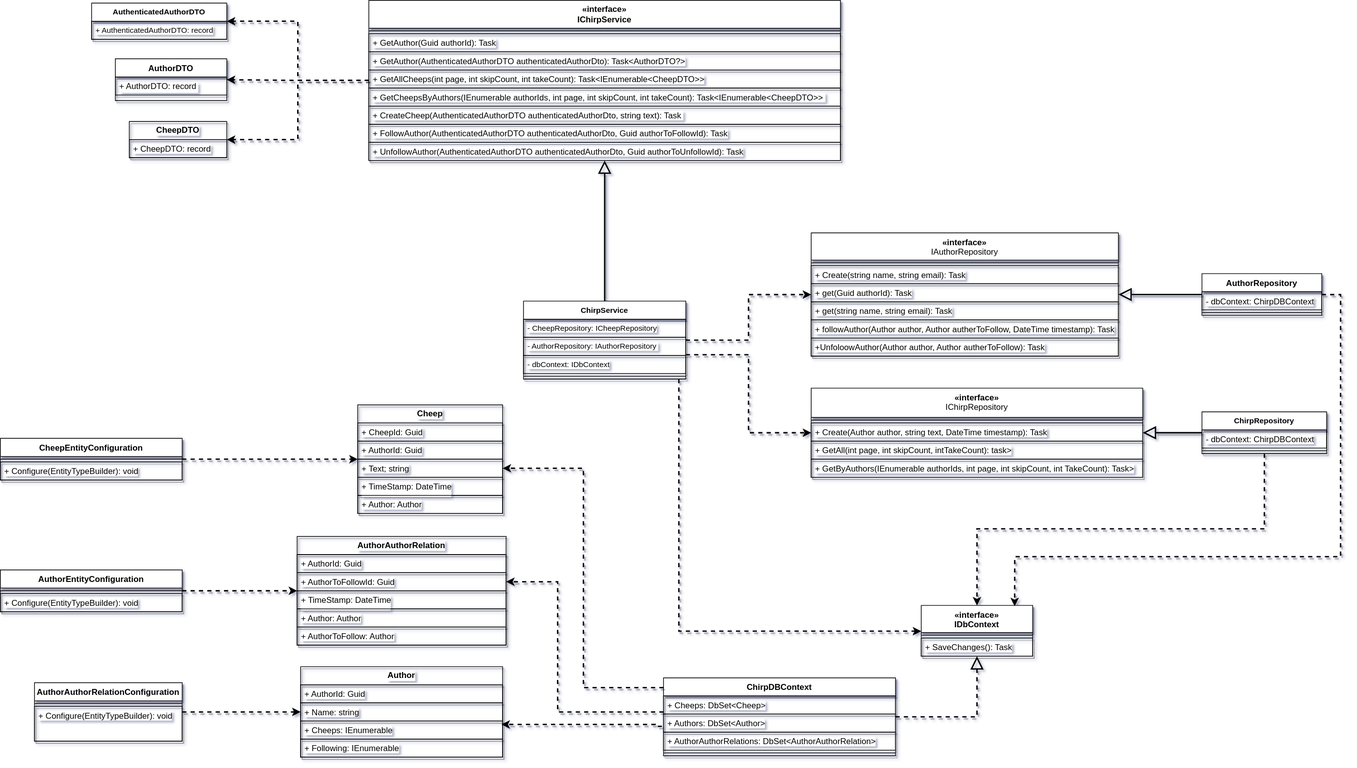
The draw.io diagram docs/Diagrams/DomainModel.drawio.svg in ITU-BDSA23-GROUP22/Chirp, before a commit. Source tidied: cells renumbered, new cells last; positions are measured from the earlier drawing's top-left corner, leaving out a move shared by most shapes.
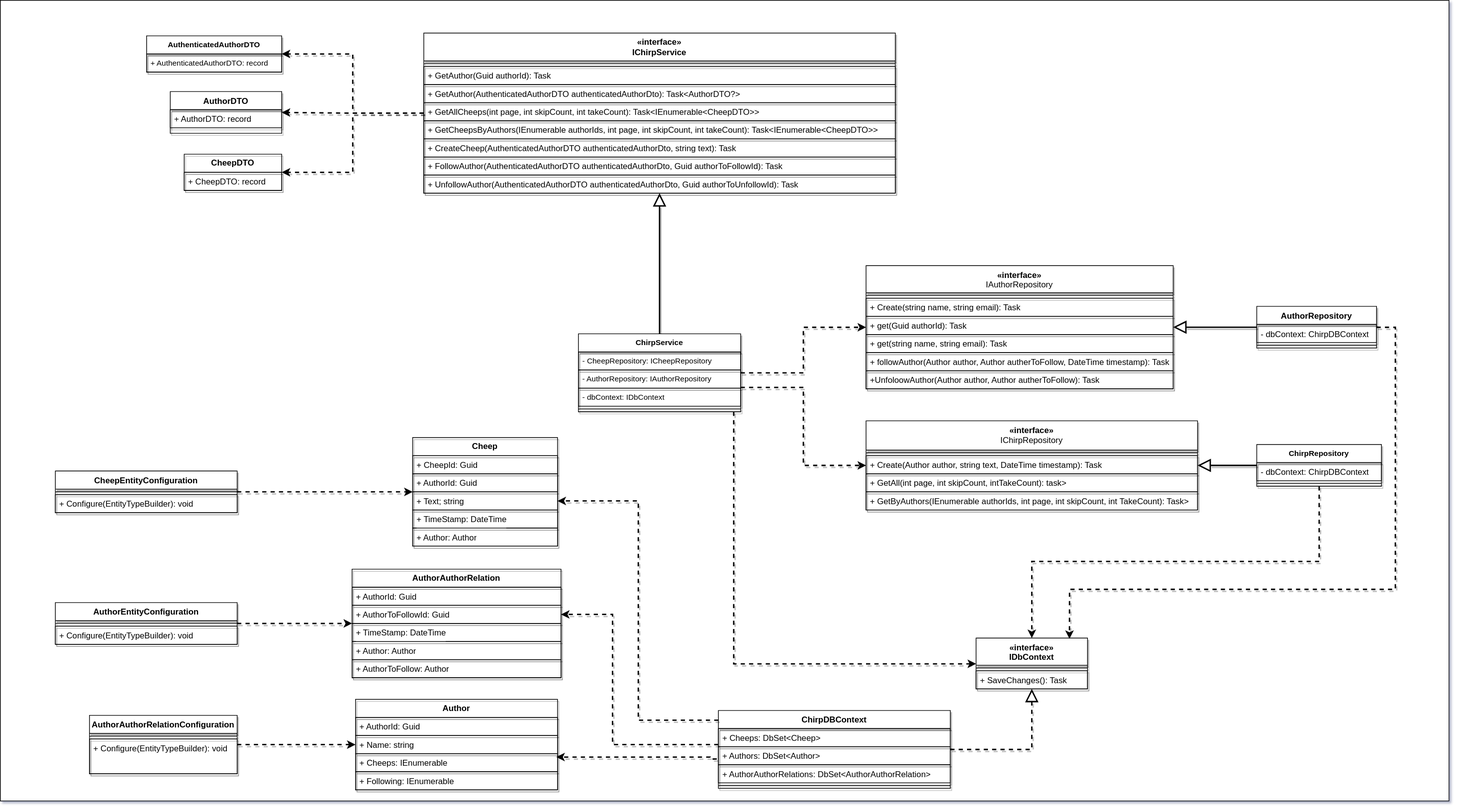
Above is the later version.

Diff of the diagram source:
```diff
@@ -2,6 +2,9 @@
   <root>
     <mxCell id="0" />
     <mxCell id="1" parent="0" />
+    <mxCell id="92" style="rounded=0;whiteSpace=wrap;html=1;" parent="1" vertex="1">
+      <mxGeometry x="-79" y="-47" width="2080" height="1150" as="geometry" />
+    </mxCell>
     <mxCell id="2" value="AuthorDTO" style="swimlane;align=center;verticalAlign=top;horizontal=1;startSize=26;rounded=0;shadow=1;strokeWidth=1;strokeColor=#000000;labelBackgroundColor=default;" parent="1" vertex="1">
       <mxGeometry x="165" y="84" width="160" height="60" as="geometry" />
     </mxCell>
```
